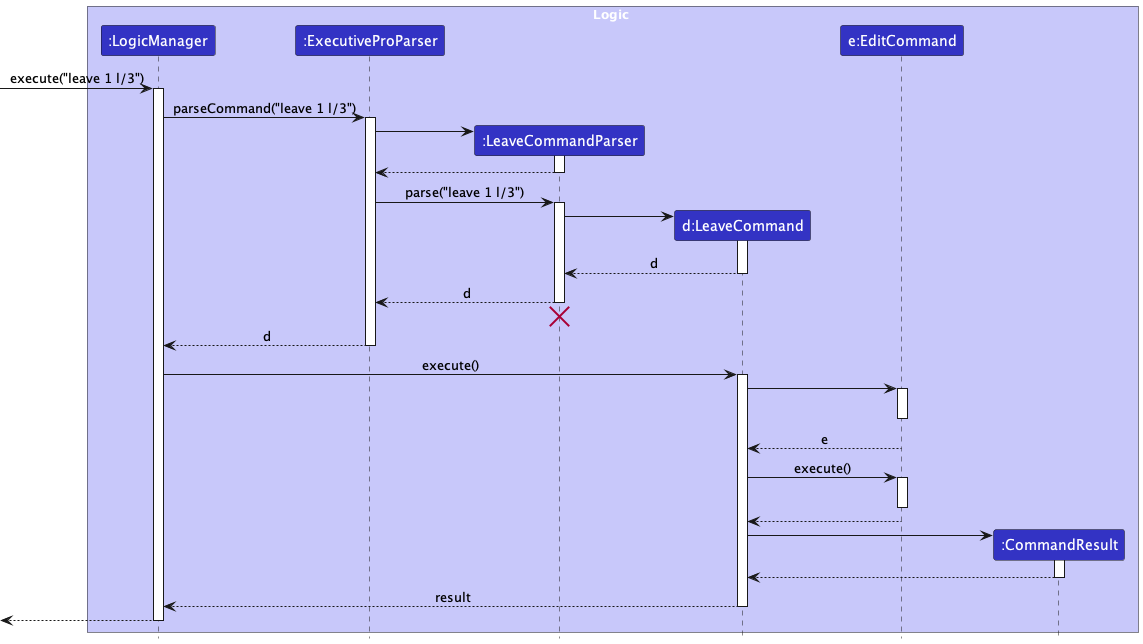
Before: docs/images/LeaveSequenceDiagram.png, a diagram exported from PlantUML (nus-cs2103-AY2223S2/tp).
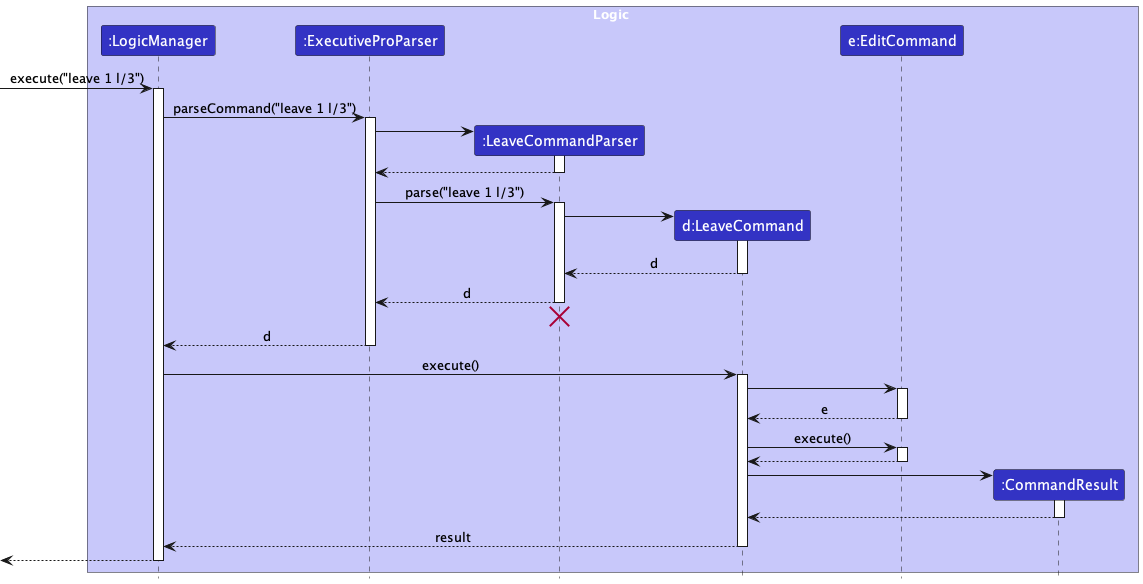
Above is the later version.

Commit message:
Update DG and UML diagrams for leave and edit command

The edit, as a diff of the source:
```diff
@@ -46,14 +46,15 @@
 
 LeaveCommand -> EditCommand :
 activate EditCommand
-deactivate EditCommand
 
 EditCommand --> LeaveCommand : e
+deactivate EditCommand
 
 LeaveCommand -> EditCommand : execute()
 activate EditCommand
+
+EditCommand --> LeaveCommand
 deactivate EditCommand
-EditCommand --> LeaveCommand
 
 create CommandResult
 LeaveCommand -> CommandResult
```
